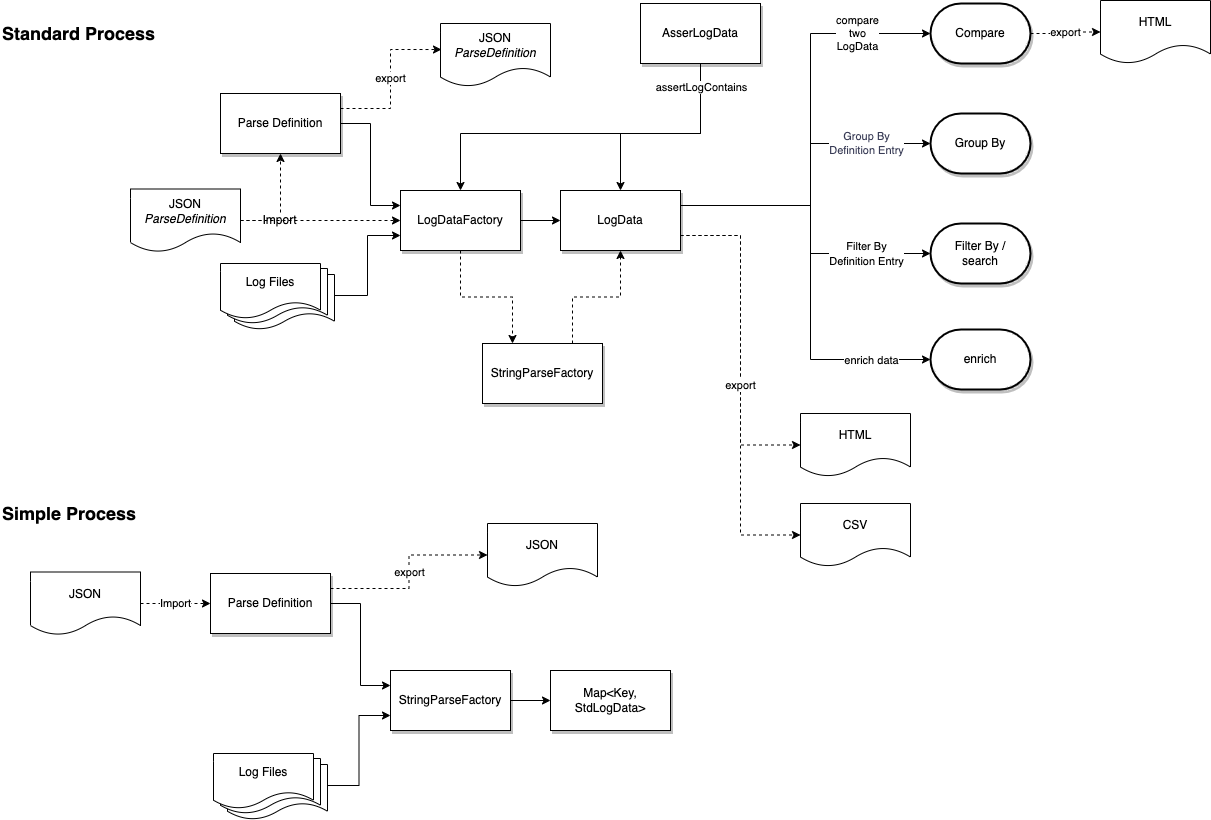
This is diagrams/Log_Parser-Processes.drawio.png from adobe/log-parser, a draw.io export, as it was before one commit. Source tidied: cells renumbered, new cells last; positions are measured from the earlier drawing's top-left corner, leaving out a move shared by most shapes.
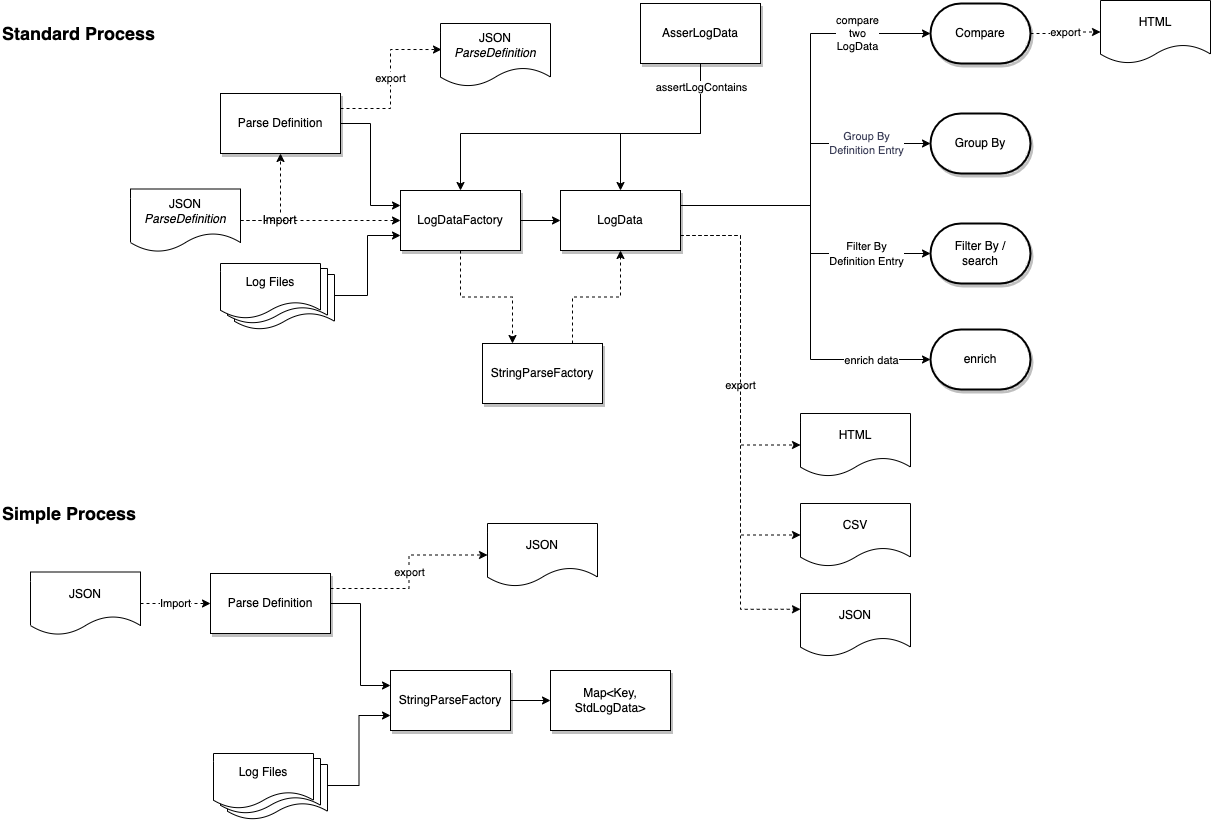
After the change.

The edit, as a diff of the source:
```diff
@@ -207,5 +207,11 @@
     <mxCell id="56" value="enrich" style="strokeWidth=2;html=1;shape=mxgraph.flowchart.terminator;whiteSpace=wrap;shadow=1;labelBackgroundColor=#FFFFFF;" parent="1" vertex="1">
       <mxGeometry x="930" y="329" width="100" height="60" as="geometry" />
     </mxCell>
+    <mxCell id="57" value="JSON" style="shape=document;whiteSpace=wrap;html=1;boundedLbl=1;labelBackgroundColor=#FFFFFF;strokeColor=#000000;fillColor=#FFFFFF;fontSize=12;align=center;" parent="1" vertex="1">
+      <mxGeometry x="800" y="593" width="110" height="63" as="geometry" />
+    </mxCell>
+    <mxCell id="58" style="edgeStyle=orthogonalEdgeStyle;rounded=0;jettySize=auto;html=1;exitX=1;exitY=0.75;exitDx=0;exitDy=0;entryX=0;entryY=0.25;entryDx=0;entryDy=0;dashed=1;" parent="1" edge="1" source="16" target="57">
+      <mxGeometry relative="1" as="geometry" />
+    </mxCell>
   </root>
 </mxGraphModel>
```
